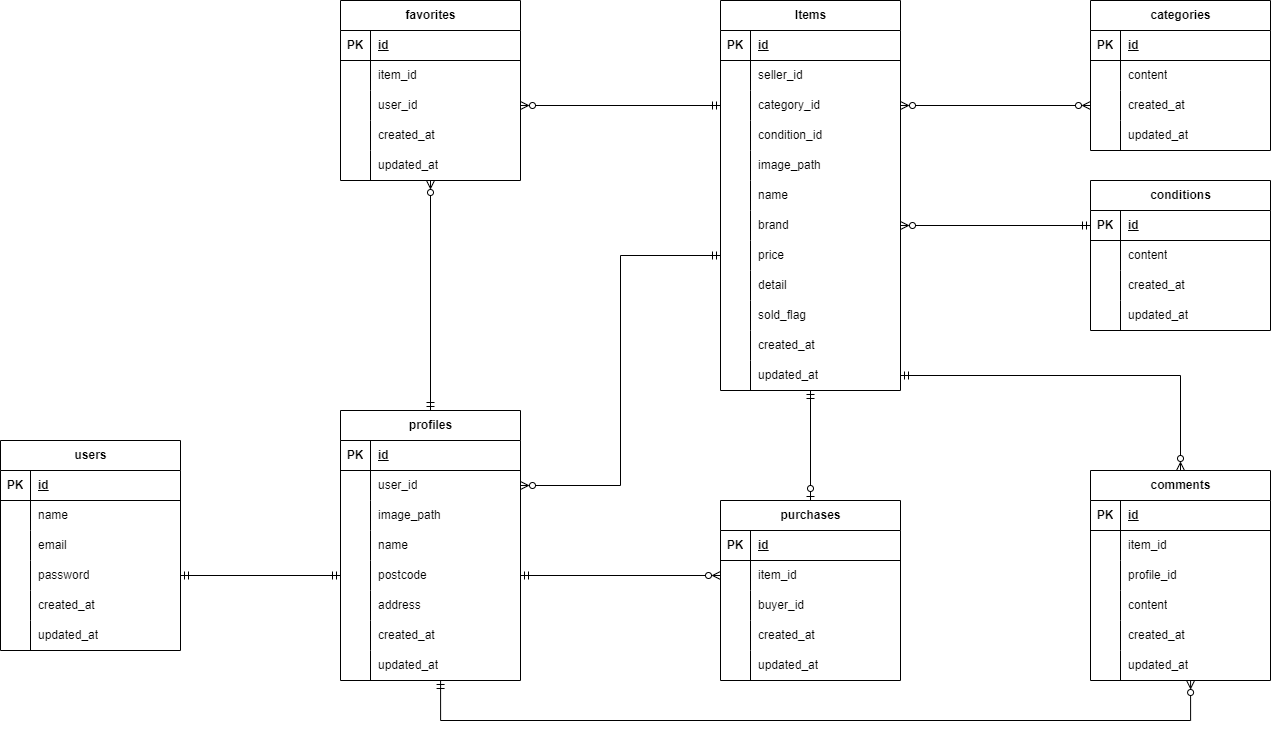
Above: src/er-diagram.drawio.png in Roba-97/ObanaRyota-mockcase1-furima-app (draw.io), before the change. Source tidied: cells renumbered, new cells last; positions are measured from the earlier drawing's top-left corner, leaving out a move shared by most shapes.
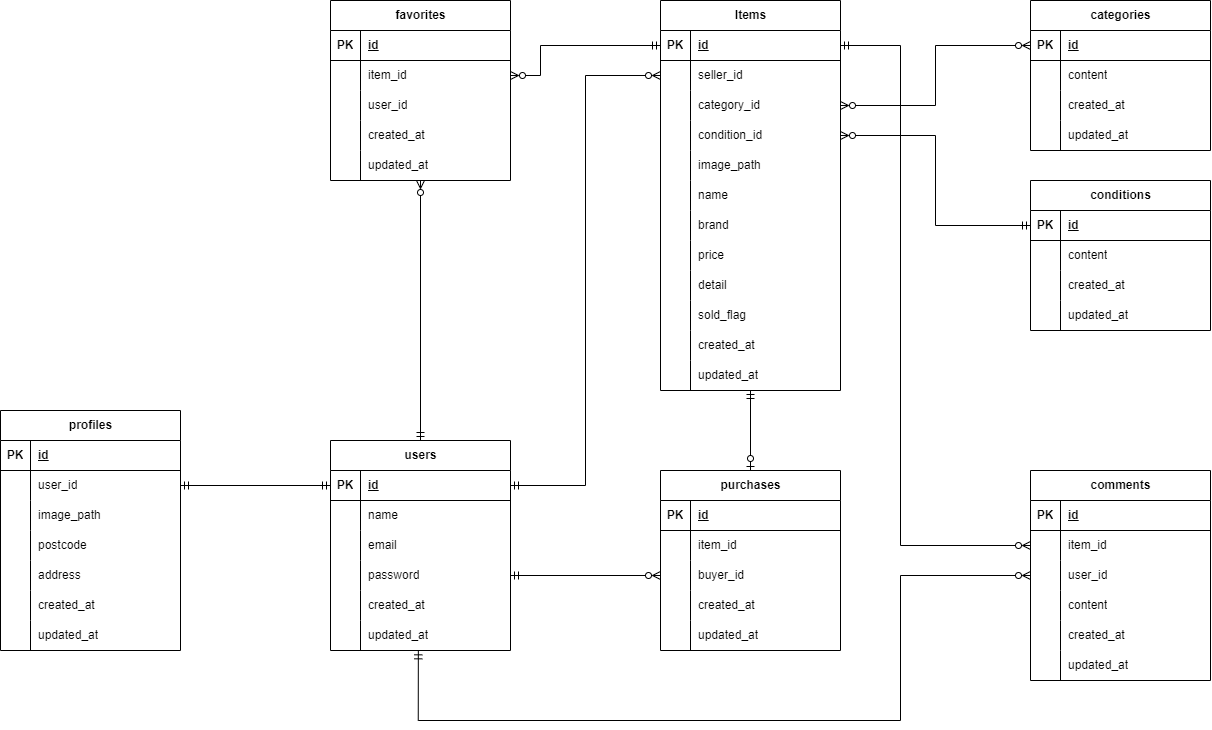
After the change.

Diff of the diagram source:
```diff
@@ -2,8 +2,11 @@
   <root>
     <mxCell id="0" />
     <mxCell id="1" parent="0" />
+    <mxCell id="170" style="edgeStyle=none;html=1;exitX=0.5;exitY=0;exitDx=0;exitDy=0;endArrow=ERzeroToMany;endFill=0;startArrow=ERmandOne;startFill=0;" parent="1" edge="1" source="2" target="97">
+      <mxGeometry relative="1" as="geometry" />
+    </mxCell>
     <mxCell id="2" value="users" style="shape=table;startSize=30;rowLines=0;fontStyle=1;align=center;html=1;" parent="1" vertex="1">
-      <mxGeometry y="440" width="180" height="210" as="geometry" />
+      <mxGeometry x="390" y="440" width="180" height="210" as="geometry" />
     </mxCell>
     <mxCell id="3" style="shape=tableRow;horizontal=0;startSize=0;swimlaneHead=0;swimlaneBody=0;fillColor=none;points=[[0,0.5],[1,0.5]];portConstraint=eastwest;top=0;left=0;right=0;bottom=1;" parent="2" vertex="1">
       <mxGeometry y="30" width="180" height="30" as="geometry" />
@@ -59,11 +62,8 @@
     <mxCell id="20" value="updated_at" style="shape=partialRectangle;fillColor=none;top=0;left=0;bottom=0;right=0;align=left;spacingLeft=6;overflow=hidden;whiteSpace=wrap;html=1;" parent="18" vertex="1">
       <mxGeometry x="30" width="150" height="30" as="geometry" />
     </mxCell>
-    <mxCell id="21" style="edgeStyle=none;html=1;exitX=0.5;exitY=0;exitDx=0;exitDy=0;endArrow=ERzeroToMany;endFill=0;startArrow=ERmandOne;startFill=0;" parent="1" edge="1" source="22" target="97">
-      <mxGeometry relative="1" as="geometry" />
-    </mxCell>
     <mxCell id="22" value="profiles" style="shape=table;startSize=30;rowLines=0;fontStyle=1;align=center;html=1;" parent="1" vertex="1">
-      <mxGeometry x="340" y="410" width="180" height="270" as="geometry" />
+      <mxGeometry x="60" y="410" width="180" height="240" as="geometry" />
     </mxCell>
     <mxCell id="23" style="shape=tableRow;horizontal=0;startSize=0;swimlaneHead=0;swimlaneBody=0;fillColor=none;top=0;left=0;right=0;bottom=1;" parent="22" vertex="1">
       <mxGeometry y="30" width="180" height="30" as="geometry" />
@@ -92,17 +92,8 @@
     <mxCell id="31" value="image_path" style="shape=partialRectangle;fillColor=none;top=0;left=0;bottom=0;right=0;align=left;spacingLeft=6;overflow=hidden;whiteSpace=wrap;html=1;" parent="29" vertex="1">
       <mxGeometry x="30" width="150" height="30" as="geometry" />
     </mxCell>
-    <mxCell id="32" style="shape=tableRow;horizontal=0;startSize=0;swimlaneHead=0;swimlaneBody=0;fillColor=none;top=0;left=0;right=0;bottom=0;" parent="22" vertex="1">
-      <mxGeometry y="120" width="180" height="30" as="geometry" />
-    </mxCell>
-    <mxCell id="33" style="shape=partialRectangle;fillColor=none;top=0;left=0;bottom=0;right=0;overflow=hidden;whiteSpace=wrap;html=1;" parent="32" vertex="1">
-      <mxGeometry width="30" height="30" as="geometry" />
-    </mxCell>
-    <mxCell id="34" value="name" style="shape=partialRectangle;fillColor=none;top=0;left=0;bottom=0;right=0;align=left;spacingLeft=6;overflow=hidden;whiteSpace=wrap;html=1;" parent="32" vertex="1">
-      <mxGeometry x="30" width="150" height="30" as="geometry" />
-    </mxCell>
     <mxCell id="35" style="shape=tableRow;horizontal=0;startSize=0;swimlaneHead=0;swimlaneBody=0;fillColor=none;points=[[0,0.5],[1,0.5]];portConstraint=eastwest;top=0;left=0;right=0;bottom=0;" parent="22" vertex="1">
-      <mxGeometry y="150" width="180" height="30" as="geometry" />
+      <mxGeometry y="120" width="180" height="30" as="geometry" />
     </mxCell>
     <mxCell id="36" style="shape=partialRectangle;fillColor=none;top=0;left=0;bottom=0;right=0;overflow=hidden;whiteSpace=wrap;html=1;" parent="35" vertex="1">
       <mxGeometry width="30" height="30" as="geometry" />
@@ -111,7 +102,7 @@
       <mxGeometry x="30" width="150" height="30" as="geometry" />
     </mxCell>
     <mxCell id="38" style="shape=tableRow;horizontal=0;startSize=0;swimlaneHead=0;swimlaneBody=0;fillColor=none;top=0;left=0;right=0;bottom=0;" parent="22" vertex="1">
-      <mxGeometry y="180" width="180" height="30" as="geometry" />
+      <mxGeometry y="150" width="180" height="30" as="geometry" />
     </mxCell>
     <mxCell id="39" style="shape=partialRectangle;fillColor=none;top=0;left=0;bottom=0;right=0;overflow=hidden;whiteSpace=wrap;html=1;" parent="38" vertex="1">
       <mxGeometry width="30" height="30" as="geometry" />
@@ -120,7 +111,7 @@
       <mxGeometry x="30" width="150" height="30" as="geometry" />
     </mxCell>
     <mxCell id="41" style="shape=tableRow;horizontal=0;startSize=0;swimlaneHead=0;swimlaneBody=0;fillColor=none;top=0;left=0;right=0;bottom=0;" parent="22" vertex="1">
-      <mxGeometry y="210" width="180" height="30" as="geometry" />
+      <mxGeometry y="180" width="180" height="30" as="geometry" />
     </mxCell>
     <mxCell id="42" style="shape=partialRectangle;fillColor=none;top=0;left=0;bottom=0;right=0;overflow=hidden;whiteSpace=wrap;html=1;" parent="41" vertex="1">
       <mxGeometry width="30" height="30" as="geometry" />
@@ -129,7 +120,7 @@
       <mxGeometry x="30" width="150" height="30" as="geometry" />
     </mxCell>
     <mxCell id="44" style="shape=tableRow;horizontal=0;startSize=0;swimlaneHead=0;swimlaneBody=0;fillColor=none;points=[[0,0.5],[1,0.5]];portConstraint=eastwest;top=0;left=0;right=0;bottom=0;" parent="22" vertex="1">
-      <mxGeometry y="240" width="180" height="30" as="geometry" />
+      <mxGeometry y="210" width="180" height="30" as="geometry" />
     </mxCell>
     <mxCell id="45" style="shape=partialRectangle;fillColor=none;top=0;left=0;bottom=0;right=0;overflow=hidden;whiteSpace=wrap;html=1;" parent="44" vertex="1">
       <mxGeometry width="30" height="30" as="geometry" />
@@ -249,7 +240,7 @@
       <mxGeometry x="30" width="150" height="30" as="geometry" />
     </mxCell>
     <mxCell id="84" value="favorites" style="shape=table;startSize=30;rowLines=0;fontStyle=1;align=center;html=1;" parent="1" vertex="1">
-      <mxGeometry x="340" width="180" height="180" as="geometry" />
+      <mxGeometry x="390" width="180" height="180" as="geometry" />
     </mxCell>
     <mxCell id="85" style="shape=tableRow;horizontal=0;startSize=0;swimlaneHead=0;swimlaneBody=0;fillColor=none;top=0;left=0;right=0;bottom=1;" parent="84" vertex="1">
       <mxGeometry y="30" width="180" height="30" as="geometry" />
@@ -401,7 +392,7 @@
     <mxCell id="134" style="shape=partialRectangle;fillColor=none;top=0;left=0;bottom=0;right=0;overflow=hidden;whiteSpace=wrap;html=1;" parent="133" vertex="1">
       <mxGeometry width="30" height="30" as="geometry" />
     </mxCell>
-    <mxCell id="135" value="profile_id" style="shape=partialRectangle;fillColor=none;top=0;left=0;bottom=0;right=0;align=left;spacingLeft=6;overflow=hidden;whiteSpace=wrap;html=1;" parent="133" vertex="1">
+    <mxCell id="135" value="user_id" style="shape=partialRectangle;fillColor=none;top=0;left=0;bottom=0;right=0;align=left;spacingLeft=6;overflow=hidden;whiteSpace=wrap;html=1;" parent="133" vertex="1">
       <mxGeometry x="30" width="150" height="30" as="geometry" />
     </mxCell>
     <mxCell id="136" style="shape=tableRow;horizontal=0;startSize=0;swimlaneHead=0;swimlaneBody=0;fillColor=none;top=0;left=0;right=0;bottom=0;" parent="126" vertex="1">
@@ -435,7 +426,7 @@
       <mxGeometry relative="1" as="geometry" />
     </mxCell>
     <mxCell id="146" value="purchases" style="shape=table;startSize=30;rowLines=0;fontStyle=1;align=center;html=1;" parent="1" vertex="1">
-      <mxGeometry x="720" y="500" width="180" height="180" as="geometry" />
+      <mxGeometry x="720" y="470" width="180" height="180" as="geometry" />
     </mxCell>
     <mxCell id="147" style="shape=tableRow;horizontal=0;startSize=0;swimlaneHead=0;swimlaneBody=0;fillColor=none;top=0;left=0;right=0;bottom=1;" parent="146" vertex="1">
       <mxGeometry y="30" width="180" height="30" as="geometry" />
@@ -482,34 +473,45 @@
     <mxCell id="161" value="updated_at" style="shape=partialRectangle;fillColor=none;top=0;left=0;bottom=0;right=0;align=left;spacingLeft=6;overflow=hidden;whiteSpace=wrap;html=1;" parent="159" vertex="1">
       <mxGeometry x="30" width="150" height="30" as="geometry" />
     </mxCell>
-    <mxCell id="162" style="html=1;exitX=1;exitY=0.5;exitDx=0;exitDy=0;entryX=0;entryY=0.5;entryDx=0;entryDy=0;strokeWidth=1;startArrow=ERmandOne;startFill=0;endArrow=ERmandOne;endFill=0;" parent="1" edge="1" source="12" target="35">
-      <mxGeometry relative="1" as="geometry" />
-    </mxCell>
-    <mxCell id="163" style="edgeStyle=none;html=1;exitX=1;exitY=0.5;exitDx=0;exitDy=0;entryX=0;entryY=0.5;entryDx=0;entryDy=0;startArrow=ERmandOne;startFill=0;endArrow=ERzeroToMany;endFill=0;" parent="1" edge="1" source="35" target="150">
-      <mxGeometry relative="1" as="geometry" />
-    </mxCell>
-    <mxCell id="164" style="edgeStyle=none;html=1;exitX=1;exitY=0.5;exitDx=0;exitDy=0;startArrow=ERzeroToMany;startFill=0;endArrow=ERmandOne;endFill=0;" parent="1" edge="1" source="91" target="54">
-      <mxGeometry relative="1" as="geometry" />
-    </mxCell>
-    <mxCell id="165" style="edgeStyle=none;html=1;exitX=0;exitY=0.5;exitDx=0;exitDy=0;startArrow=ERzeroToMany;startFill=0;endArrow=ERzeroToMany;endFill=0;" parent="1" edge="1" source="107" target="54">
+    <mxCell id="165" style="edgeStyle=orthogonalEdgeStyle;html=1;exitX=0;exitY=0.5;exitDx=0;exitDy=0;startArrow=ERzeroToMany;startFill=0;endArrow=ERzeroToMany;endFill=0;rounded=0;curved=0;" parent="1" edge="1" source="101" target="54">
       <mxGeometry relative="1" as="geometry" />
     </mxCell>
-    <mxCell id="166" style="edgeStyle=none;html=1;exitX=1;exitY=0.5;exitDx=0;exitDy=0;entryX=0;entryY=0.5;entryDx=0;entryDy=0;endArrow=ERmandOne;endFill=0;startArrow=ERzeroToMany;startFill=0;" parent="1" edge="1" source="66" target="114">
+    <mxCell id="166" style="edgeStyle=orthogonalEdgeStyle;html=1;exitX=1;exitY=0.5;exitDx=0;exitDy=0;entryX=0;entryY=0.5;entryDx=0;entryDy=0;endArrow=ERmandOne;endFill=0;startArrow=ERzeroToMany;startFill=0;rounded=0;curved=0;" parent="1" edge="1" source="57" target="114">
       <mxGeometry relative="1" as="geometry" />
     </mxCell>
-    <mxCell id="167" style="edgeStyle=orthogonalEdgeStyle;html=1;exitX=1;exitY=0.5;exitDx=0;exitDy=0;entryX=0.5;entryY=0;entryDx=0;entryDy=0;endArrow=ERzeroToMany;endFill=0;startArrow=ERmandOne;startFill=0;rounded=0;curved=0;" parent="1" edge="1" source="81" target="126">
-      <mxGeometry relative="1" as="geometry" />
+    <mxCell id="167" style="edgeStyle=orthogonalEdgeStyle;html=1;exitX=1;exitY=0.5;exitDx=0;exitDy=0;entryX=0;entryY=0.5;entryDx=0;entryDy=0;endArrow=ERzeroToMany;endFill=0;startArrow=ERmandOne;startFill=0;rounded=0;curved=0;" parent="1" edge="1" source="48" target="130">
+      <mxGeometry relative="1" as="geometry">
+        <Array as="points">
+          <mxPoint x="960" y="45" />
+          <mxPoint x="960" y="545" />
+        </Array>
+      </mxGeometry>
     </mxCell>
-    <mxCell id="168" style="endArrow=ERzeroToMany;html=1;entryX=0.556;entryY=1;entryDx=0;entryDy=0;entryPerimeter=0;exitX=0.556;exitY=1;exitDx=0;exitDy=0;exitPerimeter=0;rounded=0;edgeStyle=orthogonalEdgeStyle;startArrow=ERmandOne;startFill=0;endFill=0;" parent="1" edge="1" source="44" target="142">
-      <mxGeometry relative="1" as="geometry">
-        <Array as="points">
-          <mxPoint x="440" y="720" />
-          <mxPoint x="1190" y="720" />
-        </Array>
-      </mxGeometry>
-    </mxCell>
-    <mxCell id="169" style="edgeStyle=orthogonalEdgeStyle;html=1;exitX=0;exitY=0.5;exitDx=0;exitDy=0;entryX=1;entryY=0.5;entryDx=0;entryDy=0;rounded=0;curved=0;endArrow=ERzeroToMany;endFill=0;startArrow=ERmandOne;startFill=0;" parent="1" edge="1" source="69" target="26">
-      <mxGeometry relative="1" as="geometry" />
-    </mxCell>
+    <mxCell id="171" style="edgeStyle=none;html=1;exitX=1;exitY=0.5;exitDx=0;exitDy=0;entryX=0;entryY=0.5;entryDx=0;entryDy=0;endArrow=ERmandOne;endFill=0;startArrow=ERmandOne;startFill=0;" parent="1" edge="1" source="26" target="3">
+      <mxGeometry relative="1" as="geometry" />
+    </mxCell>
+    <mxCell id="172" style="edgeStyle=none;html=1;exitX=0;exitY=0.5;exitDx=0;exitDy=0;endArrow=ERmandOne;endFill=0;startArrow=ERzeroToMany;startFill=0;" parent="1" edge="1" source="153" target="12">
+      <mxGeometry relative="1" as="geometry" />
+    </mxCell>
+    <mxCell id="173" style="edgeStyle=orthogonalEdgeStyle;html=1;exitX=1;exitY=0.5;exitDx=0;exitDy=0;entryX=0;entryY=0.5;entryDx=0;entryDy=0;rounded=0;curved=0;endArrow=ERzeroToMany;endFill=0;startArrow=ERmandOne;startFill=0;" parent="1" edge="1" source="3" target="51">
+      <mxGeometry relative="1" as="geometry" />
+    </mxCell>
+    <mxCell id="174" style="edgeStyle=orthogonalEdgeStyle;html=1;exitX=0;exitY=0.5;exitDx=0;exitDy=0;entryX=1;entryY=0.5;entryDx=0;entryDy=0;endArrow=ERzeroToMany;endFill=0;startArrow=ERmandOne;startFill=0;rounded=0;curved=0;" parent="1" edge="1" source="48" target="88">
+      <mxGeometry relative="1" as="geometry">
+        <Array as="points">
+          <mxPoint x="600" y="45" />
+          <mxPoint x="600" y="75" />
+        </Array>
+      </mxGeometry>
+    </mxCell>
+    <mxCell id="175" style="edgeStyle=orthogonalEdgeStyle;html=1;exitX=0;exitY=0.5;exitDx=0;exitDy=0;entryX=0.488;entryY=1.011;entryDx=0;entryDy=0;entryPerimeter=0;rounded=0;curved=0;endArrow=ERmandOne;endFill=0;startArrow=ERzeroToMany;startFill=0;" parent="1" edge="1" source="133" target="18">
+      <mxGeometry relative="1" as="geometry">
+        <Array as="points">
+          <mxPoint x="960" y="575" />
+          <mxPoint x="960" y="720" />
+          <mxPoint x="478" y="720" />
+        </Array>
+      </mxGeometry>
+    </mxCell>
   </root>
 </mxGraphModel>
```
